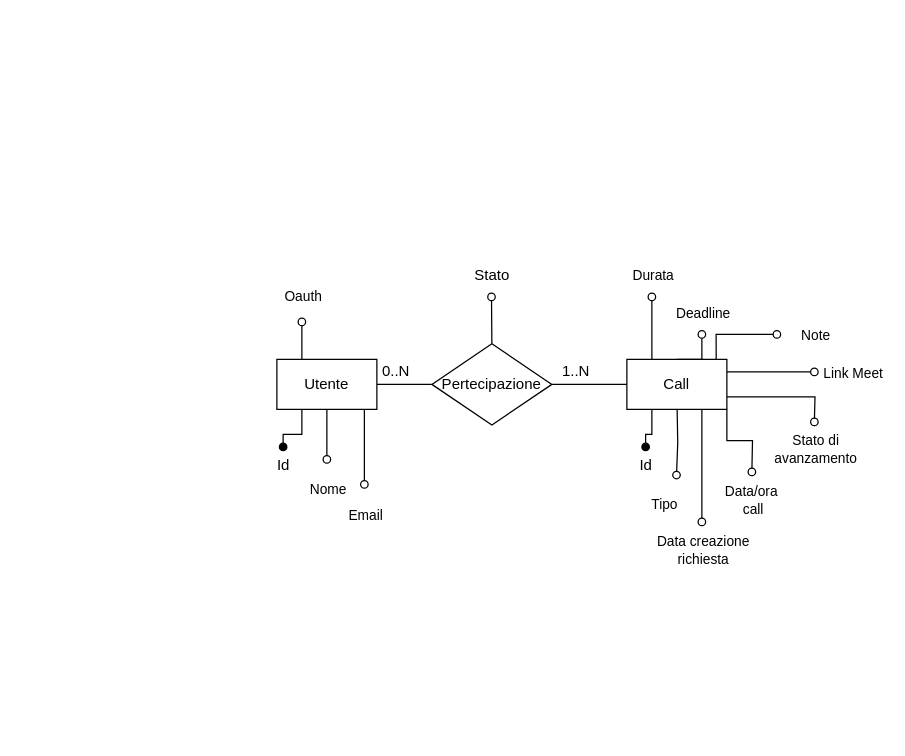
This is docs/er_diagram.drawio from PetruMr/calendar_agent, a draw.io file, before an edit. Source tidied: cells renumbered, new cells numbered last; positions are measured from the earlier drawing's top-left corner, leaving out a move shared by most shapes. Both pictures are drawn from the tidied source at 125%, with x=0, y=0 at pixel (264, 256).
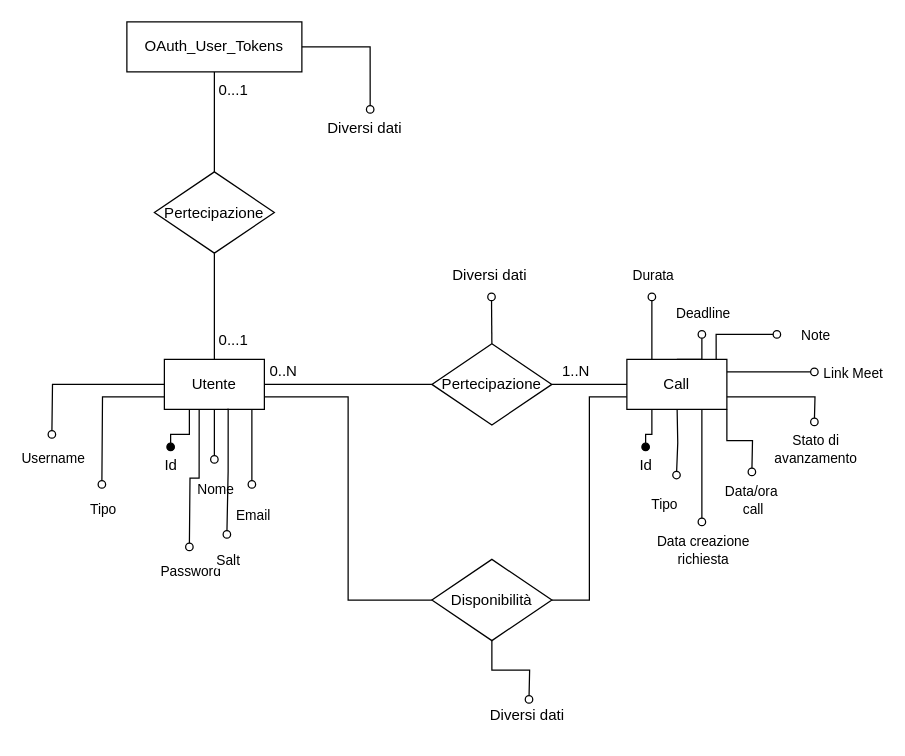
The same diagram, later.

The change refers to these unchanged cells:
```xml
<mxCell id="9" value="Call" style="rounded=0;whiteSpace=wrap;html=1;" parent="1" vertex="1">
  <mxGeometry x="290" y="82" width="80" height="40" as="geometry" />
</mxCell>
```

Change to the diagram source:
```diff
@@
     <mxCell id="4" style="edgeStyle=orthogonalEdgeStyle;rounded=0;jettySize=auto;html=1;exitX=0.5;exitY=1;exitDx=0;exitDy=0;endArrow=oval;endFill=0;" parent="1" edge="1" source="6">
       <mxGeometry relative="1" as="geometry">
-        <mxPoint x="50" y="162" as="targetPoint" />
+        <mxPoint x="-40" y="162" as="targetPoint" />
       </mxGeometry>
     </mxCell>
@@
+    <mxCell id="37" style="edgeStyle=orthogonalEdgeStyle;rounded=0;jettySize=auto;html=1;exitX=1;exitY=0.75;exitDx=0;exitDy=0;entryX=0;entryY=0.5;entryDx=0;entryDy=0;endArrow=none;endFill=0;" parent="1" edge="1" source="6" target="53">
+      <mxGeometry relative="1" as="geometry" />
+    </mxCell>
     <mxCell id="6" value="Utente" style="rounded=0;whiteSpace=wrap;html=1;" parent="1" vertex="1">
-      <mxGeometry x="10" y="82" width="80" height="40" as="geometry" />
+      <mxGeometry x="-80" y="82" width="80" height="40" as="geometry" />
     </mxCell>
@@
+    <mxCell id="38" style="edgeStyle=orthogonalEdgeStyle;rounded=0;jettySize=auto;html=1;exitX=0;exitY=0.75;exitDx=0;exitDy=0;entryX=1;entryY=0.5;entryDx=0;entryDy=0;endArrow=none;endFill=0;" parent="1" edge="1" source="9" target="53">
+      <mxGeometry relative="1" as="geometry" />
+    </mxCell>
@@
     <mxCell id="11" value="0..N" style="text;html=1;align=center;verticalAlign=middle;strokeColor=none;fillColor=none;" parent="1" vertex="1">
-      <mxGeometry x="80" y="77" width="50" height="30" as="geometry" />
+      <mxGeometry x="-10" y="77" width="50" height="30" as="geometry" />
     </mxCell>
@@
     <mxCell id="13" value="Id" style="text;html=1;align=center;verticalAlign=middle;points=[];strokeColor=none;fillColor=none;" parent="1" vertex="1">
-      <mxGeometry y="152" width="30" height="30" as="geometry" />
+      <mxGeometry x="-90" y="152" width="30" height="30" as="geometry" />
     </mxCell>
     <mxCell id="14" style="edgeStyle=orthogonalEdgeStyle;rounded=0;orthogonalLoop=1;jettySize=auto;html=1;exitX=0.5;exitY=1;exitDx=0;exitDy=0;endArrow=oval;endFill=0;" parent="1" edge="1">
       <mxGeometry relative="1" as="geometry">
-        <mxPoint x="80" y="122" as="sourcePoint" />
-        <mxPoint x="80" y="182" as="targetPoint" />
+        <mxPoint x="-10" y="122" as="sourcePoint" />
+        <mxPoint x="-10" y="182" as="targetPoint" />
       </mxGeometry>
     </mxCell>
@@
-    <mxCell id="16" style="edgeStyle=orthogonalEdgeStyle;rounded=0;jettySize=auto;html=1;exitX=0.25;exitY=0;exitDx=0;exitDy=0;endArrow=oval;endFill=0;" parent="1" edge="1" source="6">
-      <mxGeometry relative="1" as="geometry">
-        <mxPoint x="30" y="52" as="targetPoint" />
-      </mxGeometry>
-    </mxCell>
-    <mxCell id="17" value="Oauth" style="edgeLabel;html=1;align=center;verticalAlign=middle;" parent="16" vertex="1">
-      <mxGeometry x="0.89" relative="1" as="geometry">
-        <mxPoint y="-23" as="offset" />
-      </mxGeometry>
-    </mxCell>
@@
-    <mxCell id="28" value="Stato" style="text;html=1;align=center;verticalAlign=middle;strokeColor=none;fillColor=none;" parent="1" vertex="1">
-      <mxGeometry x="157" width="50" height="30" as="geometry" />
-    </mxCell>
@@
+    <mxCell id="39" style="edgeStyle=orthogonalEdgeStyle;rounded=0;jettySize=auto;html=1;exitX=0.348;exitY=1.005;exitDx=0;exitDy=0;endArrow=oval;endFill=0;exitPerimeter=0;" parent="1" edge="1" source="6">
+      <mxGeometry relative="1" as="geometry">
+        <mxPoint x="-60" y="232" as="targetPoint" />
+      </mxGeometry>
+    </mxCell>
+    <mxCell id="40" value="Password" style="edgeLabel;html=1;align=center;verticalAlign=middle;" parent="39" vertex="1">
+      <mxGeometry x="0.89" relative="1" as="geometry">
+        <mxPoint y="26" as="offset" />
+      </mxGeometry>
+    </mxCell>
+    <mxCell id="41" style="edgeStyle=orthogonalEdgeStyle;rounded=0;jettySize=auto;html=1;exitX=0.638;exitY=0.985;exitDx=0;exitDy=0;endArrow=oval;endFill=0;exitPerimeter=0;" parent="1" edge="1" source="6">
+      <mxGeometry relative="1" as="geometry">
+        <mxPoint x="-30" y="222" as="targetPoint" />
+      </mxGeometry>
+    </mxCell>
+    <mxCell id="42" value="Salt" style="edgeLabel;html=1;align=center;verticalAlign=middle;" parent="41" vertex="1">
+      <mxGeometry x="0.89" relative="1" as="geometry">
+        <mxPoint y="26" as="offset" />
+      </mxGeometry>
+    </mxCell>
+    <mxCell id="43" style="edgeStyle=orthogonalEdgeStyle;rounded=0;jettySize=auto;html=1;exitX=0;exitY=0.75;exitDx=0;exitDy=0;endArrow=oval;endFill=0;" parent="1" edge="1" source="6">
+      <mxGeometry relative="1" as="geometry">
+        <mxPoint x="-130" y="182" as="targetPoint" />
+      </mxGeometry>
+    </mxCell>
+    <mxCell id="44" value="Tipo" style="edgeLabel;html=1;align=center;verticalAlign=middle;" parent="43" vertex="1">
+      <mxGeometry x="0.89" relative="1" as="geometry">
+        <mxPoint y="26" as="offset" />
+      </mxGeometry>
+    </mxCell>
+    <mxCell id="45" style="edgeStyle=orthogonalEdgeStyle;rounded=0;jettySize=auto;html=1;exitX=0;exitY=0.5;exitDx=0;exitDy=0;endArrow=oval;endFill=0;" parent="1" edge="1" source="6">
+      <mxGeometry relative="1" as="geometry">
+        <mxPoint x="-170" y="142" as="targetPoint" />
+      </mxGeometry>
+    </mxCell>
+    <mxCell id="46" value="Username" style="edgeLabel;html=1;align=center;verticalAlign=middle;" parent="45" vertex="1">
+      <mxGeometry x="0.89" relative="1" as="geometry">
+        <mxPoint y="26" as="offset" />
+      </mxGeometry>
+    </mxCell>
+    <mxCell id="47" style="edgeStyle=orthogonalEdgeStyle;rounded=0;jettySize=auto;html=1;exitX=0.5;exitY=0;exitDx=0;exitDy=0;entryX=0.5;entryY=1;entryDx=0;entryDy=0;endArrow=none;endFill=0;" parent="1" edge="1" source="6" target="49">
+      <mxGeometry relative="1" as="geometry" />
+    </mxCell>
+    <mxCell id="48" style="edgeStyle=orthogonalEdgeStyle;rounded=0;jettySize=auto;html=1;exitX=0.5;exitY=0;exitDx=0;exitDy=0;entryX=0.5;entryY=1;entryDx=0;entryDy=0;endArrow=none;endFill=0;" parent="1" edge="1" source="49" target="52">
+      <mxGeometry relative="1" as="geometry" />
+    </mxCell>
+    <mxCell id="49" value="Pertecipazione" style="rhombus;whiteSpace=wrap;html=1;" parent="1" vertex="1">
+      <mxGeometry x="-88" y="-68" width="96" height="65" as="geometry" />
+    </mxCell>
+    <mxCell id="50" value="0...1" style="text;html=1;align=center;verticalAlign=middle;strokeColor=none;fillColor=none;" parent="1" vertex="1">
+      <mxGeometry x="-50" y="52" width="50" height="30" as="geometry" />
+    </mxCell>
+    <mxCell id="51" value="0...1" style="text;html=1;align=center;verticalAlign=middle;strokeColor=none;fillColor=none;" parent="1" vertex="1">
+      <mxGeometry x="-50" y="-148" width="50" height="30" as="geometry" />
+    </mxCell>
+    <mxCell id="52" value="OAuth_User_Tokens" style="rounded=0;whiteSpace=wrap;html=1;" parent="1" vertex="1">
+      <mxGeometry x="-110" y="-188" width="140" height="40" as="geometry" />
+    </mxCell>
+    <mxCell id="53" value="Disponibilità" style="rhombus;whiteSpace=wrap;html=1;" parent="1" vertex="1">
+      <mxGeometry x="134" y="242" width="96" height="65" as="geometry" />
+    </mxCell>
+    <mxCell id="54" value="Diversi dati" style="text;html=1;align=center;verticalAlign=middle;strokeColor=none;fillColor=none;" parent="1" vertex="1">
+      <mxGeometry x="140" width="80" height="30" as="geometry" />
+    </mxCell>
+    <mxCell id="55" style="edgeStyle=orthogonalEdgeStyle;rounded=0;jettySize=auto;html=1;exitX=0.5;exitY=1;exitDx=0;exitDy=0;endArrow=oval;endFill=0;" parent="1" edge="1" source="53">
+      <mxGeometry relative="1" as="geometry">
+        <mxPoint x="211.7" y="354" as="targetPoint" />
+      </mxGeometry>
+    </mxCell>
+    <mxCell id="56" value="Diversi dati" style="text;html=1;align=center;verticalAlign=middle;strokeColor=none;fillColor=none;" parent="1" vertex="1">
+      <mxGeometry x="170" y="352" width="80" height="30" as="geometry" />
+    </mxCell>
+    <mxCell id="57" style="edgeStyle=orthogonalEdgeStyle;rounded=0;jettySize=auto;html=1;exitX=1;exitY=0.5;exitDx=0;exitDy=0;endArrow=oval;endFill=0;entryX=0.558;entryY=0;entryDx=0;entryDy=0;entryPerimeter=0;" parent="1" edge="1" source="52" target="58">
+      <mxGeometry relative="1" as="geometry" />
+    </mxCell>
+    <mxCell id="58" value="Diversi dati" style="text;html=1;align=center;verticalAlign=middle;points=[];strokeColor=none;fillColor=none;" parent="1" vertex="1">
+      <mxGeometry x="40" y="-118" width="80" height="30" as="geometry" />
+    </mxCell>
```
